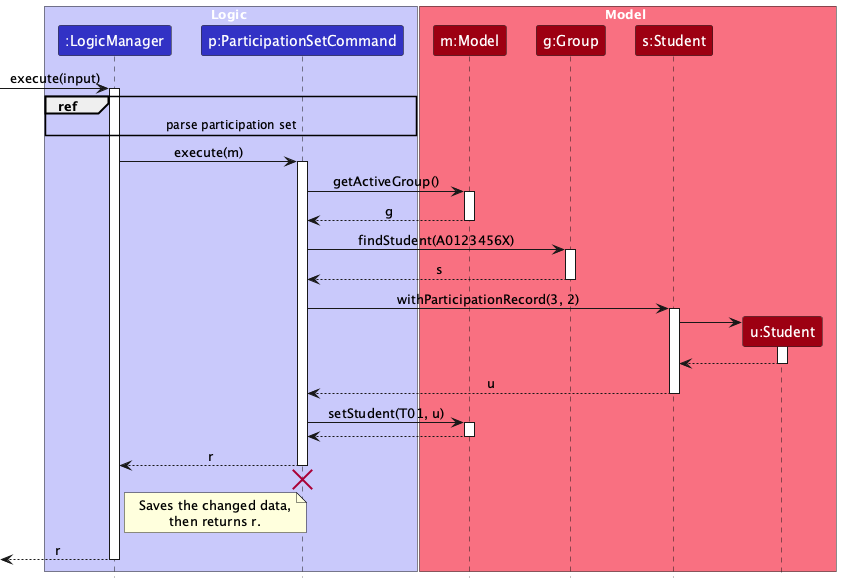
AY2627S1-CS2103T-T12-4/tp keeps this PlantUML diagram as docs/images/ParticipationSetSequenceDiagram.png. Above is the earlier version.
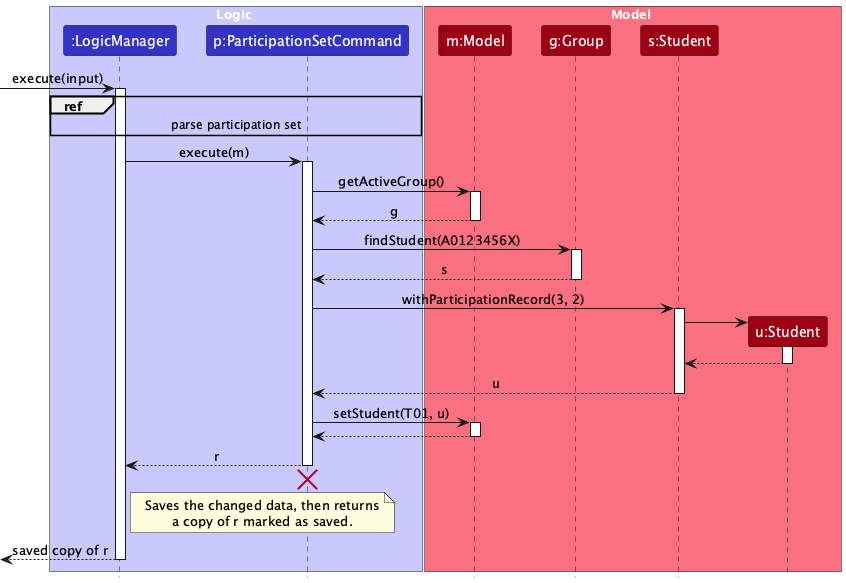
The same file after the commit.

Commit message:
Show the saved result in participation set diagram

The diagram shows LogicManager returning the command's result r, but
after saving changed data, executeAndSave returns a copy of r marked
as saved.

Let's say so in the note and the final return label.

Diff of the diagram source:
```diff
@@ -55,10 +55,10 @@
 destroy Command
 
 note right of LogicManager
-  Saves the changed data,
-  then returns r.
+  Saves the changed data, then returns
+  a copy of r marked as saved.
 end note
 
-[<-- LogicManager : r
+[<-- LogicManager : saved copy of r
 deactivate LogicManager
 @enduml
```
